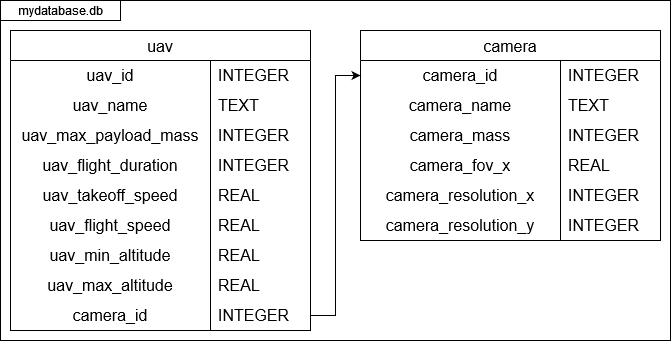
The draw.io diagram doc/GQW/DB.drawio.png in evgenkot/uav-route-calculation, before a commit. Source tidied: cells renumbered, new cells last; positions are measured from the earlier drawing's top-left corner, leaving out a move shared by most shapes. The source it was exported from:
```xml
<mxGraphModel>
  <root>
    <mxCell id="0" />
    <mxCell id="1" parent="0" />
    <mxCell id="2" style="rounded=0;whiteSpace=wrap;html=1;" parent="1" vertex="1">
      <mxGeometry width="670" height="340" as="geometry" />
    </mxCell>
    <mxCell id="3" value="uav" style="shape=table;startSize=30;rowLines=0;fontStyle=0;strokeColor=default;fontSize=16;" parent="1" vertex="1">
      <mxGeometry x="10" y="30" width="300" height="300" as="geometry" />
    </mxCell>
    <mxCell id="4" style="shape=tableRow;horizontal=0;startSize=0;swimlaneHead=0;swimlaneBody=0;top=0;left=0;bottom=0;right=0;fillColor=none;strokeColor=inherit;fontSize=16;" parent="3" vertex="1">
      <mxGeometry y="30" width="300" height="30" as="geometry" />
    </mxCell>
    <mxCell id="5" value="uav_id" style="shape=partialRectangle;html=1;whiteSpace=wrap;fillColor=none;top=0;left=0;bottom=0;right=0;overflow=hidden;strokeColor=inherit;fontSize=16;" parent="4" vertex="1">
      <mxGeometry width="200" height="30" as="geometry" />
    </mxCell>
    <mxCell id="6" value="INTEGER" style="shape=partialRectangle;html=1;whiteSpace=wrap;fillColor=none;top=0;left=0;bottom=0;right=0;align=left;spacingLeft=6;overflow=hidden;strokeColor=inherit;fontSize=16;" parent="4" vertex="1">
      <mxGeometry x="200" width="100" height="30" as="geometry" />
    </mxCell>
    <mxCell id="7" style="shape=tableRow;horizontal=0;startSize=0;swimlaneHead=0;swimlaneBody=0;top=0;left=0;bottom=0;right=0;fillColor=none;strokeColor=inherit;fontSize=16;" parent="3" vertex="1">
      <mxGeometry y="60" width="300" height="30" as="geometry" />
    </mxCell>
    <mxCell id="8" value="uav_name" style="shape=partialRectangle;html=1;whiteSpace=wrap;fillColor=none;top=0;left=0;bottom=0;right=0;overflow=hidden;strokeColor=inherit;fontSize=16;align=center;" parent="7" vertex="1">
      <mxGeometry width="200" height="30" as="geometry" />
    </mxCell>
    <mxCell id="9" value="TEXT" style="shape=partialRectangle;html=1;whiteSpace=wrap;fillColor=none;top=0;left=0;bottom=0;right=0;align=left;spacingLeft=6;overflow=hidden;strokeColor=inherit;fontSize=16;" parent="7" vertex="1">
      <mxGeometry x="200" width="100" height="30" as="geometry" />
    </mxCell>
    <mxCell id="10" style="shape=tableRow;horizontal=0;startSize=0;swimlaneHead=0;swimlaneBody=0;top=0;left=0;bottom=0;right=0;fillColor=none;strokeColor=inherit;fontSize=16;" parent="3" vertex="1">
      <mxGeometry y="90" width="300" height="30" as="geometry" />
    </mxCell>
    <mxCell id="11" value="uav_max_payload_mass" style="shape=partialRectangle;html=1;whiteSpace=wrap;fillColor=none;top=0;left=0;bottom=0;right=0;overflow=hidden;strokeColor=inherit;fontSize=16;" parent="10" vertex="1">
      <mxGeometry width="200" height="30" as="geometry" />
    </mxCell>
    <mxCell id="12" value="INTEGER" style="shape=partialRectangle;html=1;whiteSpace=wrap;fillColor=none;top=0;left=0;bottom=0;right=0;align=left;spacingLeft=6;overflow=hidden;strokeColor=inherit;fontSize=16;" parent="10" vertex="1">
      <mxGeometry x="200" width="100" height="30" as="geometry" />
    </mxCell>
    <mxCell id="13" style="shape=tableRow;horizontal=0;startSize=0;swimlaneHead=0;swimlaneBody=0;top=0;left=0;bottom=0;right=0;fillColor=none;strokeColor=inherit;fontSize=16;" parent="3" vertex="1">
      <mxGeometry y="120" width="300" height="30" as="geometry" />
    </mxCell>
    <mxCell id="14" value="uav_flight_duration" style="shape=partialRectangle;html=1;whiteSpace=wrap;fillColor=none;top=0;left=0;bottom=0;right=0;overflow=hidden;strokeColor=inherit;fontSize=16;" parent="13" vertex="1">
      <mxGeometry width="200" height="30" as="geometry" />
    </mxCell>
    <mxCell id="15" value="INTEGER" style="shape=partialRectangle;html=1;whiteSpace=wrap;fillColor=none;top=0;left=0;bottom=0;right=0;align=left;spacingLeft=6;overflow=hidden;strokeColor=inherit;fontSize=16;" parent="13" vertex="1">
      <mxGeometry x="200" width="100" height="30" as="geometry" />
    </mxCell>
    <mxCell id="16" style="shape=tableRow;horizontal=0;startSize=0;swimlaneHead=0;swimlaneBody=0;top=0;left=0;bottom=0;right=0;fillColor=none;strokeColor=inherit;fontSize=16;" parent="3" vertex="1">
      <mxGeometry y="150" width="300" height="30" as="geometry" />
    </mxCell>
    <mxCell id="17" value="uav_takeoff_speed" style="shape=partialRectangle;html=1;whiteSpace=wrap;fillColor=none;top=0;left=0;bottom=0;right=0;overflow=hidden;strokeColor=inherit;fontSize=16;" parent="16" vertex="1">
      <mxGeometry width="200" height="30" as="geometry" />
    </mxCell>
    <mxCell id="18" value="REAL" style="shape=partialRectangle;html=1;whiteSpace=wrap;fillColor=none;top=0;left=0;bottom=0;right=0;align=left;spacingLeft=6;overflow=hidden;strokeColor=inherit;fontSize=16;" parent="16" vertex="1">
      <mxGeometry x="200" width="100" height="30" as="geometry" />
    </mxCell>
    <mxCell id="19" style="shape=tableRow;horizontal=0;startSize=0;swimlaneHead=0;swimlaneBody=0;top=0;left=0;bottom=0;right=0;fillColor=none;strokeColor=inherit;fontSize=16;" parent="3" vertex="1">
      <mxGeometry y="180" width="300" height="30" as="geometry" />
    </mxCell>
    <mxCell id="20" value="uav_flight_speed" style="shape=partialRectangle;html=1;whiteSpace=wrap;fillColor=none;top=0;left=0;bottom=0;right=0;overflow=hidden;strokeColor=inherit;fontSize=16;" parent="19" vertex="1">
      <mxGeometry width="200" height="30" as="geometry" />
    </mxCell>
    <mxCell id="21" value="REAL" style="shape=partialRectangle;html=1;whiteSpace=wrap;fillColor=none;top=0;left=0;bottom=0;right=0;align=left;spacingLeft=6;overflow=hidden;strokeColor=inherit;fontSize=16;" parent="19" vertex="1">
      <mxGeometry x="200" width="100" height="30" as="geometry" />
    </mxCell>
    <mxCell id="22" style="shape=tableRow;horizontal=0;startSize=0;swimlaneHead=0;swimlaneBody=0;top=0;left=0;bottom=0;right=0;fillColor=none;strokeColor=inherit;fontSize=16;" parent="3" vertex="1">
      <mxGeometry y="210" width="300" height="30" as="geometry" />
    </mxCell>
    <mxCell id="23" value="uav_min_altitude" style="shape=partialRectangle;html=1;whiteSpace=wrap;fillColor=none;top=0;left=0;bottom=0;right=0;overflow=hidden;strokeColor=inherit;fontSize=16;" parent="22" vertex="1">
      <mxGeometry width="200" height="30" as="geometry" />
    </mxCell>
    <mxCell id="24" value="REAL" style="shape=partialRectangle;html=1;whiteSpace=wrap;fillColor=none;top=0;left=0;bottom=0;right=0;align=left;spacingLeft=6;overflow=hidden;strokeColor=inherit;fontSize=16;" parent="22" vertex="1">
      <mxGeometry x="200" width="100" height="30" as="geometry" />
    </mxCell>
    <mxCell id="25" style="shape=tableRow;horizontal=0;startSize=0;swimlaneHead=0;swimlaneBody=0;top=0;left=0;bottom=0;right=0;fillColor=none;strokeColor=inherit;fontSize=16;" parent="3" vertex="1">
      <mxGeometry y="240" width="300" height="30" as="geometry" />
    </mxCell>
    <mxCell id="26" value="uav_max_altitude" style="shape=partialRectangle;html=1;whiteSpace=wrap;fillColor=none;top=0;left=0;bottom=0;right=0;overflow=hidden;strokeColor=inherit;fontSize=16;" parent="25" vertex="1">
      <mxGeometry width="200" height="30" as="geometry" />
    </mxCell>
    <mxCell id="27" value="REAL" style="shape=partialRectangle;html=1;whiteSpace=wrap;fillColor=none;top=0;left=0;bottom=0;right=0;align=left;spacingLeft=6;overflow=hidden;strokeColor=inherit;fontSize=16;" parent="25" vertex="1">
      <mxGeometry x="200" width="100" height="30" as="geometry" />
    </mxCell>
    <mxCell id="28" style="shape=tableRow;horizontal=0;startSize=0;swimlaneHead=0;swimlaneBody=0;top=0;left=0;bottom=0;right=0;fillColor=none;points=[[0,0.5],[1,0.5]];portConstraint=eastwest;strokeColor=inherit;fontSize=16;" parent="3" vertex="1">
      <mxGeometry y="270" width="300" height="30" as="geometry" />
    </mxCell>
    <mxCell id="29" value="camera_id" style="shape=partialRectangle;html=1;whiteSpace=wrap;fillColor=none;top=0;left=0;bottom=0;right=0;overflow=hidden;strokeColor=inherit;fontSize=16;" parent="28" vertex="1">
      <mxGeometry width="200" height="30" as="geometry" />
    </mxCell>
    <mxCell id="30" value="INTEGER" style="shape=partialRectangle;html=1;whiteSpace=wrap;fillColor=none;top=0;left=0;bottom=0;right=0;align=left;spacingLeft=6;overflow=hidden;strokeColor=inherit;fontSize=16;" parent="28" vertex="1">
      <mxGeometry x="200" width="100" height="30" as="geometry" />
    </mxCell>
    <mxCell id="31" style="shape=tableRow;horizontal=0;startSize=0;swimlaneHead=0;swimlaneBody=0;top=0;left=0;bottom=0;right=0;fillColor=none;strokeColor=inherit;fontSize=16;" parent="1" vertex="1">
      <mxGeometry x="80" y="210" width="180" height="30" as="geometry" />
    </mxCell>
    <mxCell id="32" value="camera" style="shape=table;startSize=30;rowLines=0;fontStyle=0;strokeColor=default;fontSize=16;" parent="1" vertex="1">
      <mxGeometry x="360" y="30" width="300" height="210" as="geometry" />
    </mxCell>
    <mxCell id="33" style="shape=tableRow;horizontal=0;startSize=0;swimlaneHead=0;swimlaneBody=0;top=0;left=0;bottom=0;right=0;fillColor=none;points=[[0,0.5],[1,0.5]];portConstraint=eastwest;strokeColor=inherit;fontSize=16;" parent="32" vertex="1">
      <mxGeometry y="30" width="300" height="30" as="geometry" />
    </mxCell>
    <mxCell id="34" value="camera_id" style="shape=partialRectangle;html=1;whiteSpace=wrap;fillColor=none;top=0;left=0;bottom=0;right=0;overflow=hidden;strokeColor=inherit;fontSize=16;" parent="33" vertex="1">
      <mxGeometry width="200" height="30" as="geometry" />
    </mxCell>
    <mxCell id="35" value="INTEGER" style="shape=partialRectangle;html=1;whiteSpace=wrap;fillColor=none;top=0;left=0;bottom=0;right=0;align=left;spacingLeft=6;overflow=hidden;strokeColor=inherit;fontSize=16;" parent="33" vertex="1">
      <mxGeometry x="200" width="100" height="30" as="geometry" />
    </mxCell>
    <mxCell id="36" style="shape=tableRow;horizontal=0;startSize=0;swimlaneHead=0;swimlaneBody=0;top=0;left=0;bottom=0;right=0;fillColor=none;strokeColor=inherit;fontSize=16;" parent="32" vertex="1">
      <mxGeometry y="60" width="300" height="30" as="geometry" />
    </mxCell>
    <mxCell id="37" value="camera_name" style="shape=partialRectangle;html=1;whiteSpace=wrap;fillColor=none;top=0;left=0;bottom=0;right=0;overflow=hidden;strokeColor=inherit;fontSize=16;align=center;" parent="36" vertex="1">
      <mxGeometry width="200" height="30" as="geometry" />
    </mxCell>
    <mxCell id="38" value="TEXT" style="shape=partialRectangle;html=1;whiteSpace=wrap;fillColor=none;top=0;left=0;bottom=0;right=0;align=left;spacingLeft=6;overflow=hidden;strokeColor=inherit;fontSize=16;" parent="36" vertex="1">
      <mxGeometry x="200" width="100" height="30" as="geometry" />
    </mxCell>
    <mxCell id="39" style="shape=tableRow;horizontal=0;startSize=0;swimlaneHead=0;swimlaneBody=0;top=0;left=0;bottom=0;right=0;fillColor=none;strokeColor=inherit;fontSize=16;" parent="32" vertex="1">
      <mxGeometry y="90" width="300" height="30" as="geometry" />
    </mxCell>
    <mxCell id="40" value="camera_mass" style="shape=partialRectangle;html=1;whiteSpace=wrap;fillColor=none;top=0;left=0;bottom=0;right=0;overflow=hidden;strokeColor=inherit;fontSize=16;" parent="39" vertex="1">
      <mxGeometry width="200" height="30" as="geometry" />
    </mxCell>
    <mxCell id="41" value="INTEGER" style="shape=partialRectangle;html=1;whiteSpace=wrap;fillColor=none;top=0;left=0;bottom=0;right=0;align=left;spacingLeft=6;overflow=hidden;strokeColor=inherit;fontSize=16;" parent="39" vertex="1">
      <mxGeometry x="200" width="100" height="30" as="geometry" />
    </mxCell>
    <mxCell id="42" style="shape=tableRow;horizontal=0;startSize=0;swimlaneHead=0;swimlaneBody=0;top=0;left=0;bottom=0;right=0;fillColor=none;strokeColor=inherit;fontSize=16;" parent="32" vertex="1">
      <mxGeometry y="120" width="300" height="30" as="geometry" />
    </mxCell>
    <mxCell id="43" value="camera_fov_x" style="shape=partialRectangle;html=1;whiteSpace=wrap;fillColor=none;top=0;left=0;bottom=0;right=0;overflow=hidden;strokeColor=inherit;fontSize=16;" parent="42" vertex="1">
      <mxGeometry width="200" height="30" as="geometry" />
    </mxCell>
    <mxCell id="44" value="REAL" style="shape=partialRectangle;html=1;whiteSpace=wrap;fillColor=none;top=0;left=0;bottom=0;right=0;align=left;spacingLeft=6;overflow=hidden;strokeColor=inherit;fontSize=16;" parent="42" vertex="1">
      <mxGeometry x="200" width="100" height="30" as="geometry" />
    </mxCell>
    <mxCell id="45" style="shape=tableRow;horizontal=0;startSize=0;swimlaneHead=0;swimlaneBody=0;top=0;left=0;bottom=0;right=0;fillColor=none;strokeColor=inherit;fontSize=16;" parent="32" vertex="1">
      <mxGeometry y="150" width="300" height="30" as="geometry" />
    </mxCell>
    <mxCell id="46" value="camera_resolution_x" style="shape=partialRectangle;html=1;whiteSpace=wrap;fillColor=none;top=0;left=0;bottom=0;right=0;overflow=hidden;strokeColor=inherit;fontSize=16;" parent="45" vertex="1">
      <mxGeometry width="200" height="30" as="geometry" />
    </mxCell>
    <mxCell id="47" value="INTEGER" style="shape=partialRectangle;html=1;whiteSpace=wrap;fillColor=none;top=0;left=0;bottom=0;right=0;align=left;spacingLeft=6;overflow=hidden;strokeColor=inherit;fontSize=16;" parent="45" vertex="1">
      <mxGeometry x="200" width="100" height="30" as="geometry" />
    </mxCell>
    <mxCell id="48" style="shape=tableRow;horizontal=0;startSize=0;swimlaneHead=0;swimlaneBody=0;top=0;left=0;bottom=0;right=0;fillColor=none;strokeColor=inherit;fontSize=16;" parent="32" vertex="1">
      <mxGeometry y="180" width="300" height="30" as="geometry" />
    </mxCell>
    <mxCell id="49" value="camera_resolution_y" style="shape=partialRectangle;html=1;whiteSpace=wrap;fillColor=none;top=0;left=0;bottom=0;right=0;overflow=hidden;strokeColor=inherit;fontSize=16;" parent="48" vertex="1">
      <mxGeometry width="200" height="30" as="geometry" />
    </mxCell>
    <mxCell id="50" value="INTEGER" style="shape=partialRectangle;html=1;whiteSpace=wrap;fillColor=none;top=0;left=0;bottom=0;right=0;align=left;spacingLeft=6;overflow=hidden;strokeColor=inherit;fontSize=16;" parent="48" vertex="1">
      <mxGeometry x="200" width="100" height="30" as="geometry" />
    </mxCell>
    <mxCell id="51" value="mydatabase.db" style="rounded=0;whiteSpace=wrap;html=1;" parent="1" vertex="1">
      <mxGeometry width="120" height="20" as="geometry" />
    </mxCell>
    <mxCell id="52" style="endArrow=classic;html=1;rounded=0;exitX=1;exitY=0.5;exitDx=0;exitDy=0;entryX=0;entryY=0.5;entryDx=0;entryDy=0;edgeStyle=orthogonalEdgeStyle;" parent="1" edge="1" source="28" target="33">
      <mxGeometry relative="1" as="geometry" />
    </mxCell>
  </root>
</mxGraphModel>
```
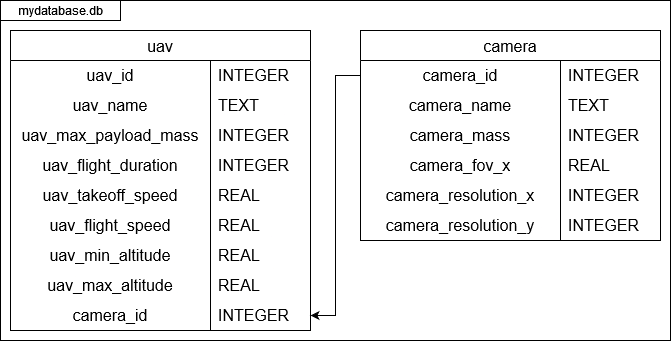
The same file after the commit.

The edit, as a diff of the source:
```diff
@@ -152,7 +152,7 @@
     <mxCell id="51" value="mydatabase.db" style="rounded=0;whiteSpace=wrap;html=1;" parent="1" vertex="1">
       <mxGeometry width="120" height="20" as="geometry" />
     </mxCell>
-    <mxCell id="52" style="endArrow=classic;html=1;rounded=0;exitX=1;exitY=0.5;exitDx=0;exitDy=0;entryX=0;entryY=0.5;entryDx=0;entryDy=0;edgeStyle=orthogonalEdgeStyle;" parent="1" edge="1" source="28" target="33">
+    <mxCell id="52" style="endArrow=none;html=1;rounded=0;exitX=1;exitY=0.5;exitDx=0;exitDy=0;entryX=0;entryY=0.5;entryDx=0;entryDy=0;edgeStyle=orthogonalEdgeStyle;endFill=0;startArrow=classic;startFill=1;" parent="1" edge="1" source="28" target="33">
       <mxGeometry relative="1" as="geometry" />
     </mxCell>
   </root>
```
